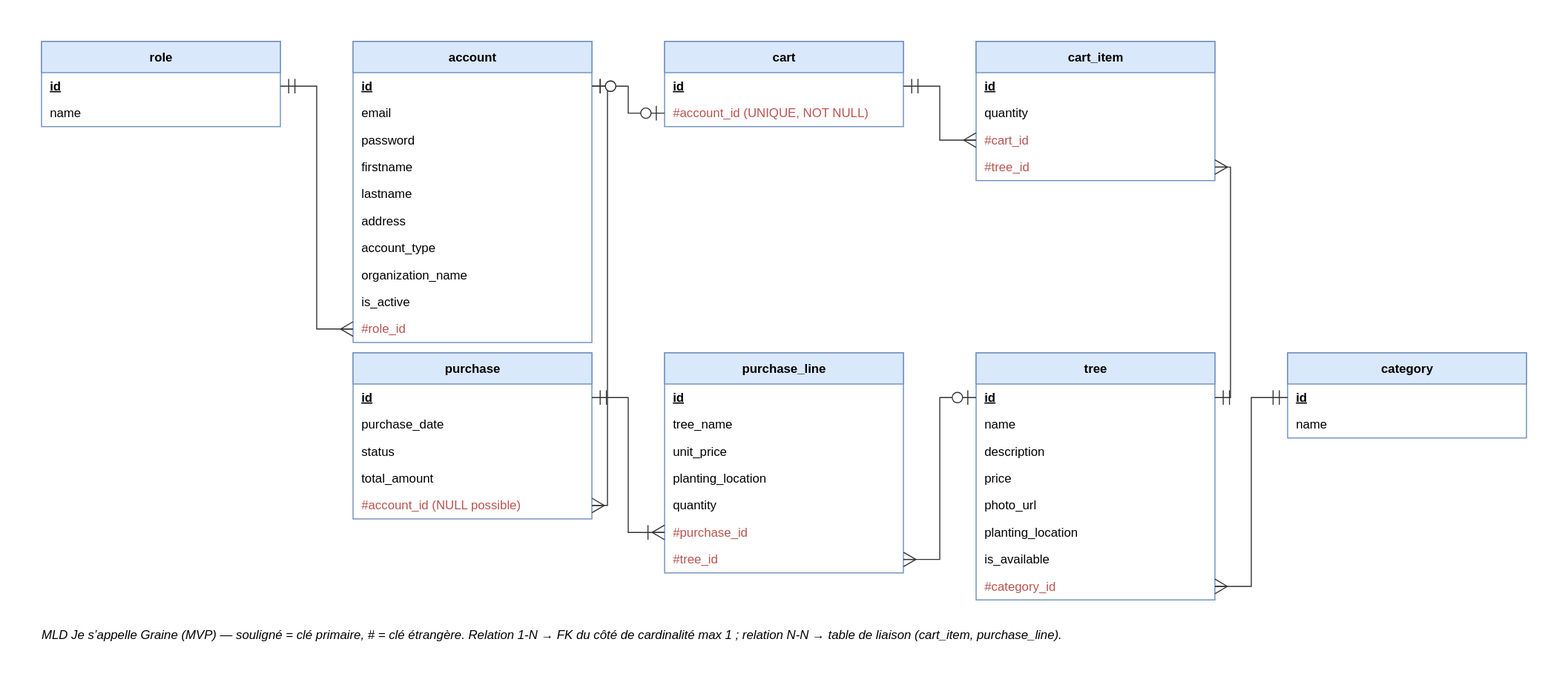
DimitryDereppe/je-s-appelle-graine keeps this draw.io diagram as docs/conception/modele-de-donnees/06b-mld.drawio.svg. Above is the earlier version. Source tidied: cells renumbered, new cells last; positions are measured from the earlier drawing's top-left corner, leaving out a move shared by most shapes.
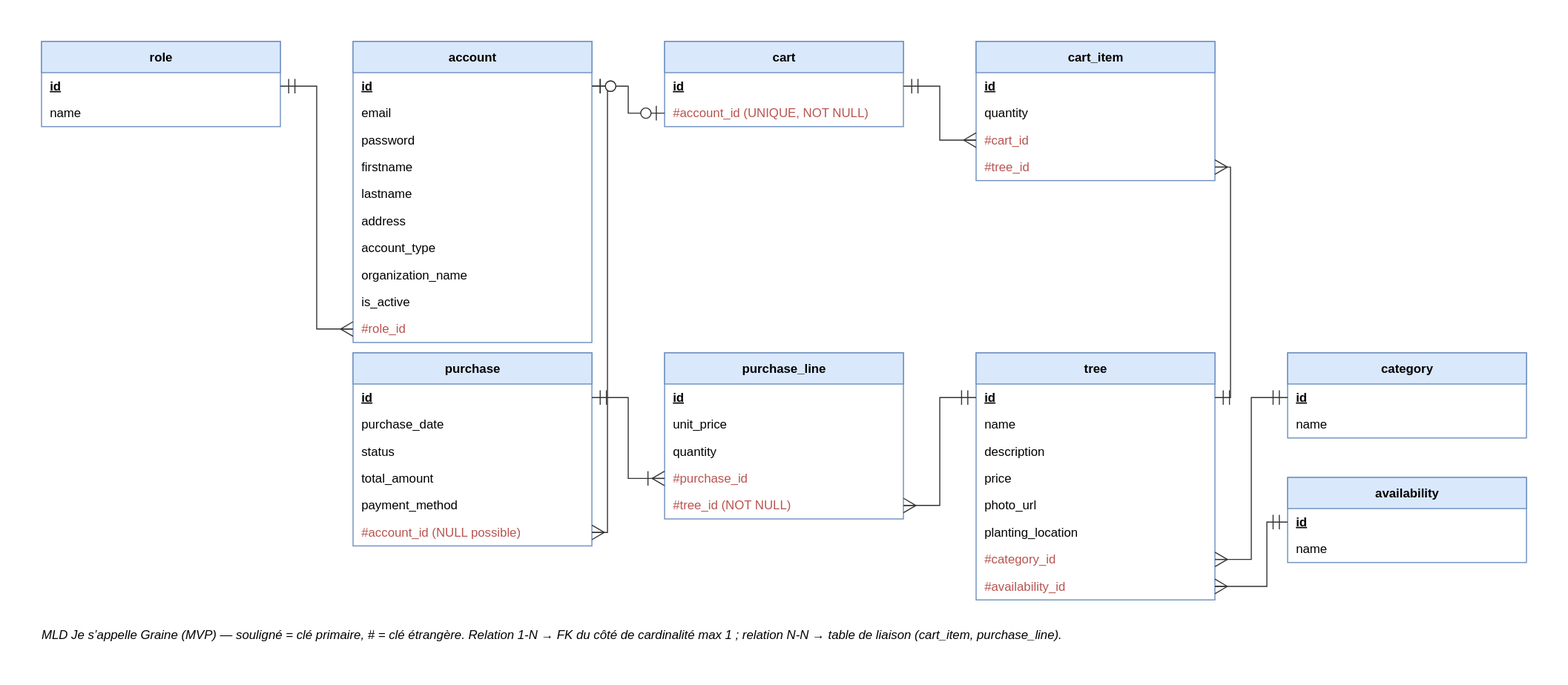
After the commit.

Change to the diagram source:
```diff
@@ -69,7 +69,7 @@
       <mxGeometry y="108" width="230" height="26" as="geometry" />
     </mxCell>
     <mxCell id="24" value="purchase" style="swimlane;fontStyle=1;align=center;startSize=30;html=1;whiteSpace=wrap;fillColor=#dae8fc;strokeColor=#6c8ebf;horizontal=1;" parent="1" vertex="1">
-      <mxGeometry x="300" y="300" width="230" height="160" as="geometry" />
+      <mxGeometry x="300" y="300" width="230" height="186" as="geometry" />
     </mxCell>
     <mxCell id="25" value="&lt;u&gt;&lt;b&gt;id&lt;/b&gt;&lt;/u&gt;" style="text;html=1;align=left;verticalAlign=middle;spacingLeft=8;strokeColor=none;fillColor=none;" parent="24" vertex="1">
       <mxGeometry y="30" width="230" height="26" as="geometry" />
@@ -83,32 +83,29 @@
     <mxCell id="28" value="total_amount" style="text;html=1;align=left;verticalAlign=middle;spacingLeft=8;strokeColor=none;fillColor=none;" parent="24" vertex="1">
       <mxGeometry y="108" width="230" height="26" as="geometry" />
     </mxCell>
+    <mxCell id="59" value="payment_method" style="text;html=1;align=left;verticalAlign=middle;spacingLeft=8;strokeColor=none;fillColor=none;" parent="24" vertex="1">
+      <mxGeometry y="134" width="230" height="26" as="geometry" />
+    </mxCell>
     <mxCell id="29" value="#account_id (NULL possible)" style="text;html=1;align=left;verticalAlign=middle;spacingLeft=8;strokeColor=none;fillColor=none;fontColor=#b85450;" parent="24" vertex="1">
-      <mxGeometry y="134" width="230" height="26" as="geometry" />
+      <mxGeometry y="160" width="230" height="26" as="geometry" />
     </mxCell>
     <mxCell id="30" value="purchase_line" style="swimlane;fontStyle=1;align=center;startSize=30;html=1;whiteSpace=wrap;fillColor=#dae8fc;strokeColor=#6c8ebf;horizontal=1;" parent="1" vertex="1">
-      <mxGeometry x="600" y="300" width="230" height="212" as="geometry" />
+      <mxGeometry x="600" y="300" width="230" height="160" as="geometry" />
     </mxCell>
     <mxCell id="31" value="&lt;u&gt;&lt;b&gt;id&lt;/b&gt;&lt;/u&gt;" style="text;html=1;align=left;verticalAlign=middle;spacingLeft=8;strokeColor=none;fillColor=none;" parent="30" vertex="1">
       <mxGeometry y="30" width="230" height="26" as="geometry" />
     </mxCell>
-    <mxCell id="32" value="tree_name" style="text;html=1;align=left;verticalAlign=middle;spacingLeft=8;strokeColor=none;fillColor=none;" parent="30" vertex="1">
-      <mxGeometry y="56" width="230" height="26" as="geometry" />
-    </mxCell>
     <mxCell id="33" value="unit_price" style="text;html=1;align=left;verticalAlign=middle;spacingLeft=8;strokeColor=none;fillColor=none;" parent="30" vertex="1">
-      <mxGeometry y="82" width="230" height="26" as="geometry" />
+      <mxGeometry y="56" width="230" height="26" as="geometry" />
     </mxCell>
-    <mxCell id="34" value="planting_location" style="text;html=1;align=left;verticalAlign=middle;spacingLeft=8;strokeColor=none;fillColor=none;" parent="30" vertex="1">
-      <mxGeometry y="108" width="230" height="26" as="geometry" />
-    </mxCell>
     <mxCell id="35" value="quantity" style="text;html=1;align=left;verticalAlign=middle;spacingLeft=8;strokeColor=none;fillColor=none;" parent="30" vertex="1">
-      <mxGeometry y="134" width="230" height="26" as="geometry" />
+      <mxGeometry y="82" width="230" height="26" as="geometry" />
     </mxCell>
     <mxCell id="36" value="#purchase_id" style="text;html=1;align=left;verticalAlign=middle;spacingLeft=8;strokeColor=none;fillColor=none;fontColor=#b85450;" parent="30" vertex="1">
-      <mxGeometry y="160" width="230" height="26" as="geometry" />
+      <mxGeometry y="108" width="230" height="26" as="geometry" />
     </mxCell>
-    <mxCell id="37" value="#tree_id" style="text;html=1;align=left;verticalAlign=middle;spacingLeft=8;strokeColor=none;fillColor=none;fontColor=#b85450;" parent="30" vertex="1">
-      <mxGeometry y="186" width="230" height="26" as="geometry" />
+    <mxCell id="37" value="#tree_id (NOT NULL)" style="text;html=1;align=left;verticalAlign=middle;spacingLeft=8;strokeColor=none;fillColor=none;fontColor=#b85450;" parent="30" vertex="1">
+      <mxGeometry y="134" width="230" height="26" as="geometry" />
     </mxCell>
     <mxCell id="38" value="tree" style="swimlane;fontStyle=1;align=center;startSize=30;html=1;whiteSpace=wrap;fillColor=#dae8fc;strokeColor=#6c8ebf;horizontal=1;" parent="1" vertex="1">
       <mxGeometry x="900" y="300" width="230" height="238" as="geometry" />
@@ -131,12 +128,12 @@
     <mxCell id="44" value="planting_location" style="text;html=1;align=left;verticalAlign=middle;spacingLeft=8;strokeColor=none;fillColor=none;" parent="38" vertex="1">
       <mxGeometry y="160" width="230" height="26" as="geometry" />
     </mxCell>
-    <mxCell id="45" value="is_available" style="text;html=1;align=left;verticalAlign=middle;spacingLeft=8;strokeColor=none;fillColor=none;" parent="38" vertex="1">
-      <mxGeometry y="186" width="230" height="26" as="geometry" />
-    </mxCell>
     <mxCell id="46" value="#category_id" style="text;html=1;align=left;verticalAlign=middle;spacingLeft=8;strokeColor=none;fillColor=none;fontColor=#b85450;" parent="38" vertex="1">
-      <mxGeometry y="212" width="230" height="26" as="geometry" />
+      <mxGeometry y="186" width="230" height="26" as="geometry" />
     </mxCell>
+    <mxCell id="60" value="#availability_id" style="text;html=1;align=left;verticalAlign=middle;spacingLeft=8;strokeColor=none;fillColor=none;fontColor=#b85450;" parent="38" vertex="1">
+      <mxGeometry y="212" width="230" height="26" as="geometry" />
+    </mxCell>
     <mxCell id="47" value="category" style="swimlane;fontStyle=1;align=center;startSize=30;html=1;whiteSpace=wrap;fillColor=#dae8fc;strokeColor=#6c8ebf;horizontal=1;" parent="1" vertex="1">
       <mxGeometry x="1200" y="300" width="230" height="82" as="geometry" />
     </mxCell>
@@ -146,6 +143,15 @@
     <mxCell id="49" value="name" style="text;html=1;align=left;verticalAlign=middle;spacingLeft=8;strokeColor=none;fillColor=none;" parent="47" vertex="1">
       <mxGeometry y="56" width="230" height="26" as="geometry" />
     </mxCell>
+    <mxCell id="61" value="availability" style="swimlane;fontStyle=1;align=center;startSize=30;html=1;whiteSpace=wrap;fillColor=#dae8fc;strokeColor=#6c8ebf;horizontal=1;" parent="1" vertex="1">
+      <mxGeometry x="1200" y="420" width="230" height="82" as="geometry" />
+    </mxCell>
+    <mxCell id="62" value="&lt;u&gt;&lt;b&gt;id&lt;/b&gt;&lt;/u&gt;" style="text;html=1;align=left;verticalAlign=middle;spacingLeft=8;strokeColor=none;fillColor=none;" parent="61" vertex="1">
+      <mxGeometry y="30" width="230" height="26" as="geometry" />
+    </mxCell>
+    <mxCell id="63" value="name" style="text;html=1;align=left;verticalAlign=middle;spacingLeft=8;strokeColor=none;fillColor=none;" parent="61" vertex="1">
+      <mxGeometry y="56" width="230" height="26" as="geometry" />
+    </mxCell>
     <mxCell id="50" style="edgeStyle=entityRelationEdgeStyle;html=1;startArrow=ERmany;endArrow=ERmandOne;startFill=0;endFill=0;" parent="1" edge="1" source="15" target="3">
       <mxGeometry relative="1" as="geometry" />
     </mxCell>
@@ -164,12 +170,15 @@
     <mxCell id="55" style="edgeStyle=entityRelationEdgeStyle;html=1;startArrow=ERoneToMany;endArrow=ERmandOne;startFill=0;endFill=0;" parent="1" edge="1" source="36" target="25">
       <mxGeometry relative="1" as="geometry" />
     </mxCell>
-    <mxCell id="56" style="edgeStyle=entityRelationEdgeStyle;html=1;startArrow=ERmany;endArrow=ERzeroToOne;startFill=0;endFill=0;" parent="1" edge="1" source="37" target="39">
+    <mxCell id="56" style="edgeStyle=entityRelationEdgeStyle;html=1;startArrow=ERmany;endArrow=ERmandOne;startFill=0;endFill=0;" parent="1" edge="1" source="37" target="39">
       <mxGeometry relative="1" as="geometry" />
     </mxCell>
     <mxCell id="57" style="edgeStyle=entityRelationEdgeStyle;html=1;startArrow=ERmany;endArrow=ERmandOne;startFill=0;endFill=0;" parent="1" edge="1" source="46" target="48">
       <mxGeometry relative="1" as="geometry" />
     </mxCell>
+    <mxCell id="64" style="edgeStyle=entityRelationEdgeStyle;html=1;startArrow=ERmany;endArrow=ERmandOne;startFill=0;endFill=0;" parent="1" edge="1" source="60" target="62">
+      <mxGeometry relative="1" as="geometry" />
+    </mxCell>
     <mxCell id="58" value="MLD Je s’appelle Graine (MVP) — souligné = clé primaire, # = clé étrangère. Relation 1-N → FK du côté de cardinalité max 1 ; relation N-N → table de liaison (cart_item, purchase_line)." style="text;html=1;whiteSpace=wrap;align=left;fontStyle=2;" parent="1" vertex="1">
       <mxGeometry y="560" width="560" height="50" as="geometry" />
     </mxCell>
```
